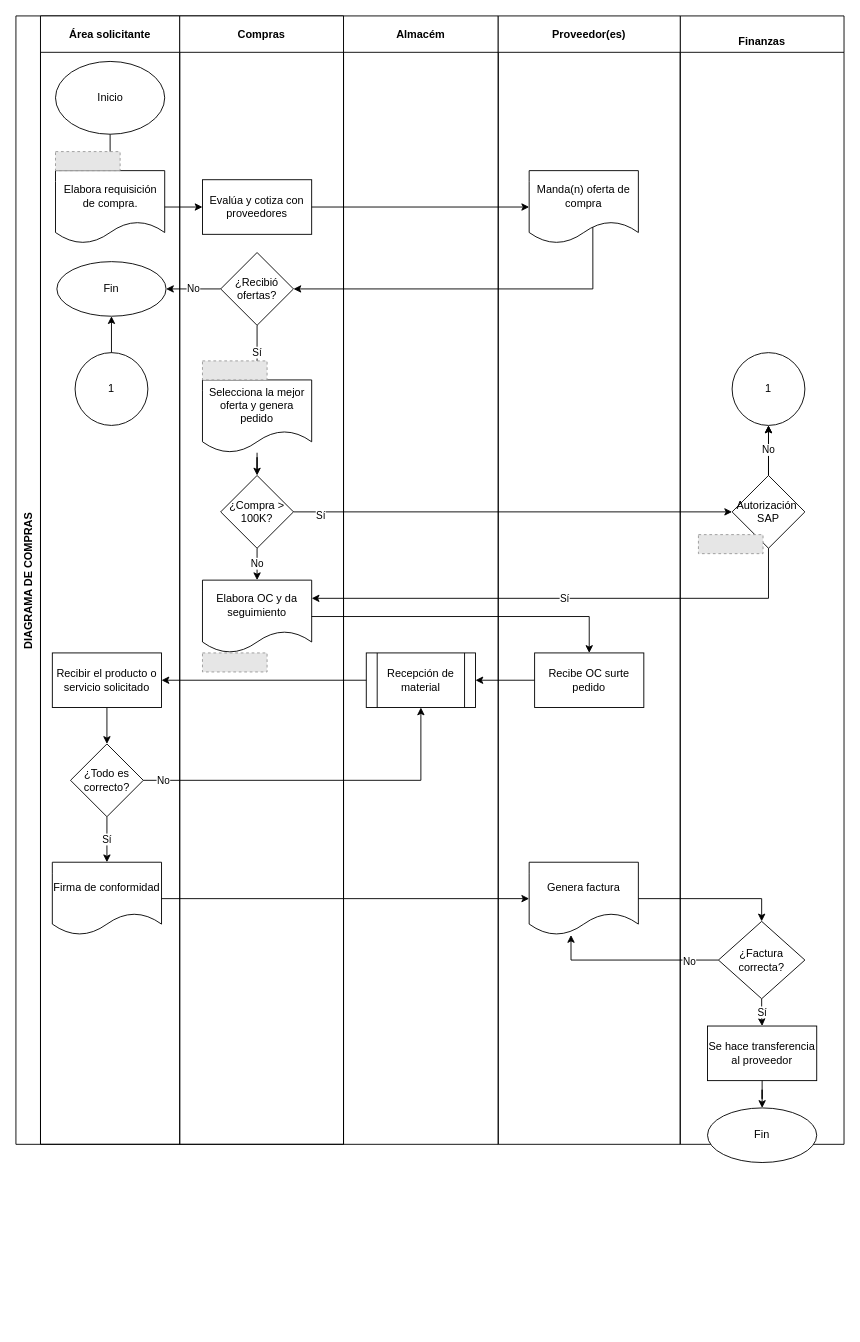
FerAran/Flowchart keeps this draw.io diagram as 172285_ARANDIA_PROCESO COMPRAS (ADAPTADO).drawio. Above is the earlier version. Source tidied: cells renumbered, new cells numbered last; positions are measured from the earlier drawing's top-left corner, leaving out a move shared by most shapes. Both pictures are drawn from the tidied source at 91%, with x=0, y=0 at pixel (15, 15). Pictures stored in the file or linked from it are replaced by grey dashed boxes.
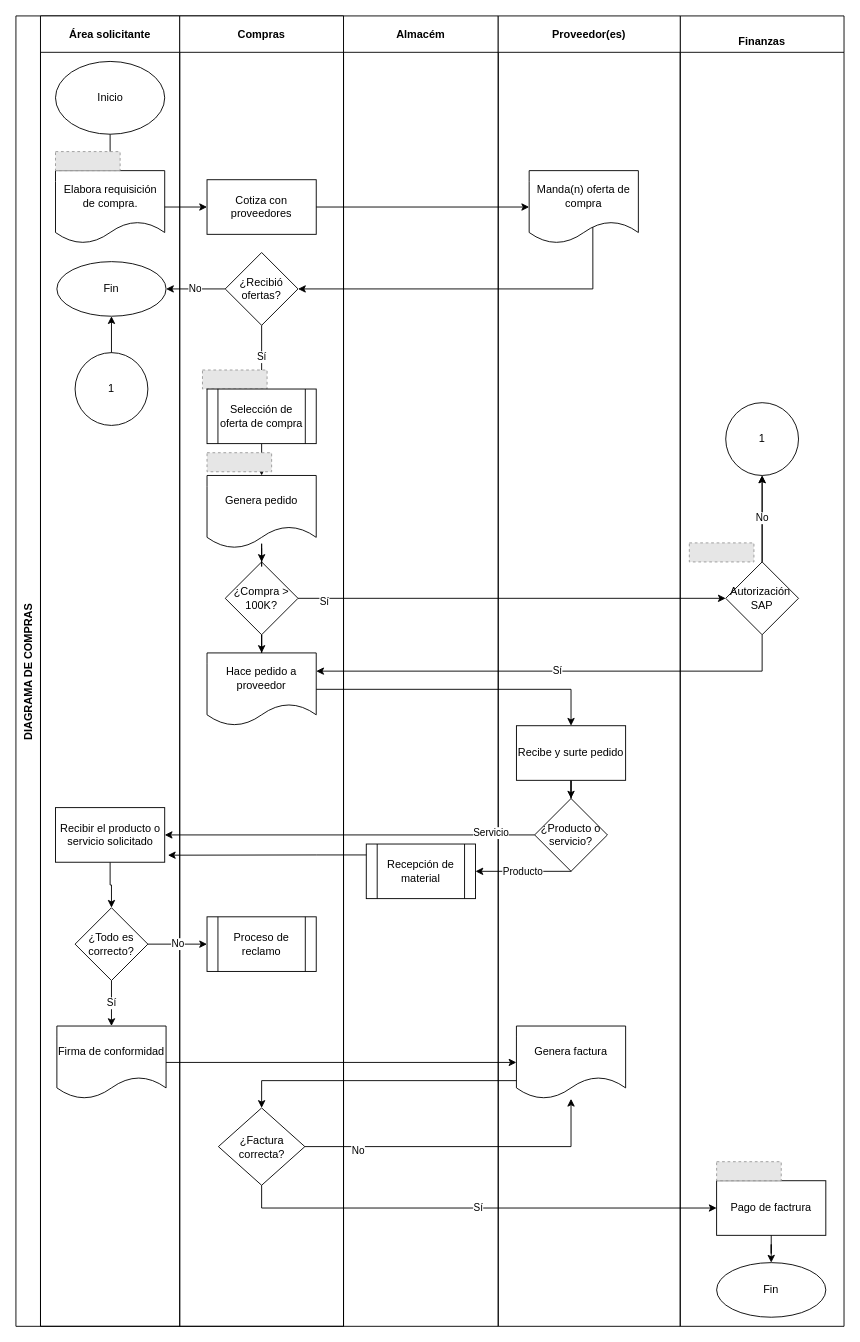
Above is the later version.

The edit, as a diff of the source:
```diff
@@
     <mxCell id="2" value="DIAGRAMA DE COMPRAS" style="swimlane;startSize=27;horizontal=0;" parent="1" vertex="1">
-      <mxGeometry width="360" height="1240" as="geometry" />
+      <mxGeometry width="360" height="1440" as="geometry" />
     </mxCell>
     <mxCell id="3" value="Área solicitante" style="swimlane;startSize=40;" parent="2" vertex="1">
-      <mxGeometry x="27" width="153" height="1240" as="geometry" />
+      <mxGeometry x="27" width="153" height="1440" as="geometry" />
     </mxCell>
@@
     <mxCell id="7" value="Firma de conformidad" style="shape=document;whiteSpace=wrap;html=1;boundedLbl=1;rounded=0;glass=0;fontFamily=Helvetica;fontSize=12;fontColor=default;startSize=40;strokeColor=default;fillColor=default;" parent="3" vertex="1">
-      <mxGeometry x="13" y="930" width="120" height="80" as="geometry" />
+      <mxGeometry x="18" y="1110" width="120" height="80" as="geometry" />
     </mxCell>
@@
     <mxCell id="9" value="Recibir el producto o servicio solicitado" style="whiteSpace=wrap;html=1;rounded=0;glass=0;startSize=40;" parent="3" vertex="1">
-      <mxGeometry x="13" y="700" width="120" height="60" as="geometry" />
+      <mxGeometry x="16.5" y="870" width="120" height="60" as="geometry" />
     </mxCell>
@@
     <mxCell id="12" value="¿Todo es correcto?" style="rhombus;whiteSpace=wrap;html=1;" parent="3" vertex="1">
-      <mxGeometry x="33" y="800" width="80" height="80" as="geometry" />
+      <mxGeometry x="38" y="980" width="80" height="80" as="geometry" />
     </mxCell>
     <mxCell id="13" value="Compras" style="swimlane;startSize=40;" parent="2" vertex="1">
-      <mxGeometry x="180" width="180" height="1240" as="geometry" />
+      <mxGeometry x="180" width="180" height="1440" as="geometry" />
     </mxCell>
-    <mxCell id="14" value="Evalúa y cotiza con proveedores" style="whiteSpace=wrap;html=1;rounded=0;glass=0;startSize=40;" parent="13" vertex="1">
-      <mxGeometry x="25" y="180" width="120" height="60" as="geometry" />
+    <mxCell id="14" value="Cotiza con proveedores" style="whiteSpace=wrap;html=1;rounded=0;glass=0;startSize=40;" parent="13" vertex="1">
+      <mxGeometry x="30" y="180" width="120" height="60" as="geometry" />
     </mxCell>
-    <mxCell id="15" value="Sí" style="edgeStyle=orthogonalEdgeStyle;rounded=0;jettySize=auto;html=1;entryX=0.5;entryY=0;entryDx=0;entryDy=0;" parent="13" edge="1" source="17" target="19">
+    <mxCell id="15" value="Sí" style="edgeStyle=orthogonalEdgeStyle;rounded=0;jettySize=auto;html=1;entryX=0.5;entryY=0;entryDx=0;entryDy=0;" parent="13" edge="1" source="17" target="62">
       <mxGeometry relative="1" as="geometry" />
     </mxCell>
@@
     <mxCell id="17" value="¿Recibió ofertas?" style="rhombus;whiteSpace=wrap;html=1;" parent="13" vertex="1">
-      <mxGeometry x="45" y="260" width="80" height="80" as="geometry" />
+      <mxGeometry x="50" y="260" width="80" height="80" as="geometry" />
     </mxCell>
@@
-    <mxCell id="19" value="Selecciona la mejor oferta y genera pedido" style="shape=document;whiteSpace=wrap;html=1;boundedLbl=1;" parent="13" vertex="1">
-      <mxGeometry x="25" y="400" width="120" height="80" as="geometry" />
-    </mxCell>
-    <mxCell id="20" value="No" style="edgeStyle=orthogonalEdgeStyle;rounded=0;jettySize=auto;html=1;" parent="13" edge="1" source="21" target="24">
-      <mxGeometry relative="1" as="geometry" />
-    </mxCell>
+    <mxCell id="60" style="edgeStyle=orthogonalEdgeStyle;rounded=0;jettySize=auto;html=1;" parent="13" edge="1" source="21" target="64">
+      <mxGeometry relative="1" as="geometry" />
+    </mxCell>
     <mxCell id="21" value="¿Compra &amp;gt; 100K?" style="rhombus;whiteSpace=wrap;html=1;" parent="13" vertex="1">
-      <mxGeometry x="45" y="505" width="80" height="80" as="geometry" />
+      <mxGeometry x="50" y="600" width="80" height="80" as="geometry" />
     </mxCell>
-    <mxCell id="22" style="edgeStyle=orthogonalEdgeStyle;rounded=0;jettySize=auto;html=1;" parent="13" edge="1" source="19" target="21">
-      <mxGeometry relative="1" as="geometry" />
-    </mxCell>
     <mxCell id="23" style="fillColor=#E6E6E6;strokeColor=#999999;dashed=1;verticalLabelPosition=bottom;labelBackgroundColor=default;verticalAlign=top;" parent="13" vertex="1">
-      <mxGeometry x="25" y="379.1" width="71" height="20.9" as="geometry" />
+      <mxGeometry x="25" y="389.1" width="71" height="20.9" as="geometry" />
     </mxCell>
+    <mxCell id="61" style="edgeStyle=orthogonalEdgeStyle;rounded=0;jettySize=auto;html=1;" parent="13" edge="1" source="62" target="24">
+      <mxGeometry relative="1" as="geometry" />
+    </mxCell>
+    <mxCell id="62" value="Selección de oferta de compra" style="shape=process;whiteSpace=wrap;html=1;backgroundOutline=1;" parent="13" vertex="1">
+      <mxGeometry x="30" y="410" width="120" height="60" as="geometry" />
+    </mxCell>
+    <mxCell id="63" style="edgeStyle=orthogonalEdgeStyle;rounded=0;jettySize=auto;html=1;" parent="13" edge="1" source="24" target="21">
+      <mxGeometry relative="1" as="geometry" />
+    </mxCell>
-    <mxCell id="24" value="Elabora OC y da seguimiento" style="shape=document;whiteSpace=wrap;html=1;boundedLbl=1;rounded=0;glass=0;fontFamily=Helvetica;fontSize=12;fontColor=default;startSize=40;strokeColor=default;fillColor=default;" parent="13" vertex="1">
-      <mxGeometry x="25" y="620" width="120" height="80" as="geometry" />
+    <mxCell id="24" value="Genera pedido" style="shape=document;whiteSpace=wrap;html=1;boundedLbl=1;rounded=0;glass=0;fontFamily=Helvetica;fontSize=12;fontColor=default;startSize=40;strokeColor=default;fillColor=default;" parent="13" vertex="1">
+      <mxGeometry x="30" y="505" width="120" height="80" as="geometry" />
     </mxCell>
+    <mxCell id="64" value="Hace pedido a proveedor" style="shape=document;whiteSpace=wrap;html=1;boundedLbl=1;rounded=0;glass=0;fontFamily=Helvetica;fontSize=12;fontColor=default;startSize=40;strokeColor=default;fillColor=default;" parent="13" vertex="1">
+      <mxGeometry x="30" y="700" width="120" height="80" as="geometry" />
+    </mxCell>
     <mxCell id="25" style="fillColor=#E6E6E6;strokeColor=#999999;dashed=1;verticalLabelPosition=bottom;labelBackgroundColor=default;verticalAlign=top;" parent="13" vertex="1">
-      <mxGeometry x="25" y="700" width="71" height="20.9" as="geometry" />
+      <mxGeometry x="30" y="480" width="71" height="20.9" as="geometry" />
     </mxCell>
+    <mxCell id="65" value="Proceso de reclamo" style="shape=process;whiteSpace=wrap;html=1;backgroundOutline=1;" parent="13" vertex="1">
+      <mxGeometry x="30" y="990" width="120" height="60" as="geometry" />
+    </mxCell>
+    <mxCell id="30" value="¿Factura correcta?" style="rhombus;whiteSpace=wrap;html=1;" parent="13" vertex="1">
+      <mxGeometry x="42.5" y="1200" width="95" height="85" as="geometry" />
+    </mxCell>
@@
+    <mxCell id="20" value="No" style="edgeStyle=orthogonalEdgeStyle;rounded=0;jettySize=auto;html=1;" parent="2" edge="1" source="12" target="65">
+      <mxGeometry relative="1" as="geometry" />
+    </mxCell>
     <mxCell id="28" value="&#10;Finanzas" style="swimlane;startSize=40;" parent="1" vertex="1">
-      <mxGeometry x="730" width="180" height="1240" as="geometry" />
+      <mxGeometry x="730" width="180" height="1440" as="geometry" />
     </mxCell>
-    <mxCell id="29" value="Sí" style="edgeStyle=orthogonalEdgeStyle;rounded=0;jettySize=auto;html=1;" parent="28" edge="1" source="30" target="36">
-      <mxGeometry relative="1" as="geometry" />
-    </mxCell>
-    <mxCell id="30" value="¿Factura correcta?" style="rhombus;whiteSpace=wrap;html=1;" parent="28" vertex="1">
-      <mxGeometry x="42" y="995" width="95" height="85" as="geometry" />
-    </mxCell>
@@
     <mxCell id="33" value="Autorización&amp;nbsp;&lt;br&gt;SAP" style="rhombus;whiteSpace=wrap;html=1;" parent="28" vertex="1">
-      <mxGeometry x="57" y="505" width="80" height="80" as="geometry" />
+      <mxGeometry x="50" y="600" width="80" height="80" as="geometry" />
     </mxCell>
     <mxCell id="34" value="1" style="ellipse;whiteSpace=wrap;html=1;" parent="28" vertex="1">
-      <mxGeometry x="57" y="370" width="80" height="80" as="geometry" />
+      <mxGeometry x="50" y="425" width="80" height="80" as="geometry" />
     </mxCell>
     <mxCell id="35" style="fillColor=#E6E6E6;strokeColor=#999999;dashed=1;verticalLabelPosition=bottom;labelBackgroundColor=default;verticalAlign=top;" parent="28" vertex="1">
-      <mxGeometry x="20" y="570" width="71" height="20.9" as="geometry" />
+      <mxGeometry x="10" y="579.1" width="71" height="20.9" as="geometry" />
     </mxCell>
-    <mxCell id="36" value="Se hace transferencia al proveedor" style="whiteSpace=wrap;html=1;rounded=0;glass=0;startSize=40;" parent="28" vertex="1">
-      <mxGeometry x="30" y="1110" width="120" height="60" as="geometry" />
+    <mxCell id="36" value="Pago de factrura" style="whiteSpace=wrap;html=1;rounded=0;glass=0;startSize=40;" parent="28" vertex="1">
+      <mxGeometry x="40" y="1280" width="120" height="60" as="geometry" />
     </mxCell>
-    <mxCell id="37" value="Fin" style="ellipse;whiteSpace=wrap;html=1;rounded=0;glass=0;startSize=40;" parent="28" vertex="1">
-      <mxGeometry x="30" y="1200" width="120" height="60" as="geometry" />
-    </mxCell>
-    <mxCell id="38" style="edgeStyle=orthogonalEdgeStyle;rounded=0;jettySize=auto;html=1;fontFamily=Helvetica;fontSize=12;fontColor=default;startSize=40;" parent="28" edge="1" source="36" target="37">
-      <mxGeometry relative="1" as="geometry" />
-    </mxCell>
+    <mxCell id="66" style="fillColor=#E6E6E6;strokeColor=#999999;dashed=1;verticalLabelPosition=bottom;labelBackgroundColor=default;verticalAlign=top;" parent="28" vertex="1">
+      <mxGeometry x="40" y="1259.1" width="71" height="20.9" as="geometry" />
+    </mxCell>
@@
     <mxCell id="41" value="Almacém" style="swimlane;startSize=40;" parent="1" vertex="1">
-      <mxGeometry x="360" width="170" height="1240" as="geometry" />
+      <mxGeometry x="360" width="170" height="1440" as="geometry" />
     </mxCell>
     <mxCell id="42" value="Recepción de material" style="shape=process;whiteSpace=wrap;html=1;backgroundOutline=1;" parent="41" vertex="1">
-      <mxGeometry x="25" y="700" width="120" height="60" as="geometry" />
+      <mxGeometry x="25" y="910" width="120" height="60" as="geometry" />
     </mxCell>
-    <mxCell id="43" style="edgeStyle=orthogonalEdgeStyle;rounded=0;jettySize=auto;html=1;" parent="1" edge="1" source="49" target="42">
-      <mxGeometry relative="1" as="geometry" />
-    </mxCell>
-    <mxCell id="44" style="edgeStyle=orthogonalEdgeStyle;rounded=0;jettySize=auto;html=1;" parent="1" edge="1" source="42" target="9">
-      <mxGeometry relative="1" as="geometry" />
-    </mxCell>
-    <mxCell id="45" style="edgeStyle=orthogonalEdgeStyle;rounded=0;jettySize=auto;html=1;entryX=0.5;entryY=1;entryDx=0;entryDy=0;" parent="1" edge="1" source="12" target="42">
-      <mxGeometry relative="1" as="geometry" />
-    </mxCell>
-    <mxCell id="46" value="No" style="edgeLabel;html=1;align=center;verticalAlign=middle;" parent="45" vertex="1">
-      <mxGeometry x="-0.89" y="1" relative="1" as="geometry" />
-    </mxCell>
     <mxCell id="47" value="Proveedor(es)" style="swimlane;startSize=40;" parent="1" vertex="1">
-      <mxGeometry x="530" width="200" height="1240" as="geometry" />
+      <mxGeometry x="530" width="200" height="1440" as="geometry" />
     </mxCell>
@@
+    <mxCell id="67" style="edgeStyle=orthogonalEdgeStyle;rounded=0;jettySize=auto;html=1;" parent="47" edge="1" source="49" target="68">
+      <mxGeometry relative="1" as="geometry" />
+    </mxCell>
-    <mxCell id="49" value="Recibe OC surte pedido" style="whiteSpace=wrap;html=1;rounded=0;glass=0;startSize=40;" parent="47" vertex="1">
-      <mxGeometry x="40" y="700" width="120" height="60" as="geometry" />
+    <mxCell id="49" value="Recibe y surte pedido" style="whiteSpace=wrap;html=1;rounded=0;glass=0;startSize=40;" parent="47" vertex="1">
+      <mxGeometry x="20" y="780" width="120" height="60" as="geometry" />
     </mxCell>
+    <mxCell id="68" value="¿Producto o servicio?" style="rhombus;whiteSpace=wrap;html=1;rounded=0;glass=0;startSize=40;" parent="47" vertex="1">
+      <mxGeometry x="40" y="860" width="80" height="80" as="geometry" />
+    </mxCell>
     <mxCell id="50" value="Genera factura" style="shape=document;whiteSpace=wrap;html=1;boundedLbl=1;rounded=0;glass=0;fontFamily=Helvetica;fontSize=12;fontColor=default;startSize=40;strokeColor=default;fillColor=default;" parent="47" vertex="1">
-      <mxGeometry x="34" y="930" width="120" height="80" as="geometry" />
+      <mxGeometry x="20" y="1110" width="120" height="80" as="geometry" />
     </mxCell>
@@
+    <mxCell id="54" style="fillColor=#E6E6E6;strokeColor=#999999;dashed=1;verticalLabelPosition=bottom;labelBackgroundColor=default;verticalAlign=top;" parent="1" vertex="1">
+      <mxGeometry x="43.5" y="149.1" width="71" height="20.9" as="geometry" />
+    </mxCell>
+    <mxCell id="58" value="Sí" style="edgeStyle=orthogonalEdgeStyle;rounded=0;jettySize=auto;html=1;entryX=1;entryY=0.25;entryDx=0;entryDy=0;" parent="1" edge="1" source="33" target="64">
+      <mxGeometry relative="1" as="geometry">
+        <Array as="points">
+          <mxPoint x="820" y="720" />
+        </Array>
+      </mxGeometry>
+    </mxCell>
+    <mxCell id="69" style="edgeStyle=orthogonalEdgeStyle;rounded=0;jettySize=auto;html=1;exitX=1;exitY=0.5;exitDx=0;exitDy=0;entryX=0.5;entryY=0;entryDx=0;entryDy=0;" parent="1" edge="1" source="64" target="49">
+      <mxGeometry relative="1" as="geometry" />
+    </mxCell>
+    <mxCell id="70" style="edgeStyle=orthogonalEdgeStyle;rounded=0;jettySize=auto;html=1;" parent="1" edge="1" source="68" target="9">
+      <mxGeometry relative="1" as="geometry" />
+    </mxCell>
+    <mxCell id="71" value="Servicio" style="edgeLabel;html=1;align=center;verticalAlign=middle;" parent="70" vertex="1">
+      <mxGeometry x="-0.76" y="-3" relative="1" as="geometry" />
+    </mxCell>
+    <mxCell id="72" value="Producto" style="edgeStyle=orthogonalEdgeStyle;rounded=0;jettySize=auto;html=1;entryX=1;entryY=0.5;entryDx=0;entryDy=0;" parent="1" edge="1" source="68" target="42">
+      <mxGeometry relative="1" as="geometry">
+        <Array as="points">
+          <mxPoint x="560" y="940" />
+          <mxPoint x="560" y="940" />
+        </Array>
+      </mxGeometry>
+    </mxCell>
+    <mxCell id="44" style="edgeStyle=orthogonalEdgeStyle;rounded=0;jettySize=auto;html=1;entryX=1.029;entryY=0.871;entryDx=0;entryDy=0;entryPerimeter=0;" parent="1" edge="1" source="42" target="9">
+      <mxGeometry relative="1" as="geometry">
+        <Array as="points">
+          <mxPoint x="330" y="922" />
+          <mxPoint x="330" y="922" />
+        </Array>
+      </mxGeometry>
+    </mxCell>
-    <mxCell id="53" style="edgeStyle=orthogonalEdgeStyle;rounded=0;jettySize=auto;html=1;" parent="1" edge="1" source="7" target="50">
+    <mxCell id="53" style="edgeStyle=orthogonalEdgeStyle;rounded=0;jettySize=auto;html=1;entryX=0;entryY=0.5;entryDx=0;entryDy=0;" parent="1" edge="1" source="7" target="50">
       <mxGeometry relative="1" as="geometry" />
     </mxCell>
-    <mxCell id="54" style="fillColor=#E6E6E6;strokeColor=#999999;dashed=1;verticalLabelPosition=bottom;labelBackgroundColor=default;verticalAlign=top;" parent="1" vertex="1">
-      <mxGeometry x="43.5" y="149.1" width="71" height="20.9" as="geometry" />
-    </mxCell>
+    <mxCell id="29" value="Sí" style="edgeStyle=orthogonalEdgeStyle;rounded=0;jettySize=auto;html=1;exitX=0.5;exitY=1;exitDx=0;exitDy=0;" parent="1" edge="1" source="30" target="36">
+      <mxGeometry relative="1" as="geometry" />
+    </mxCell>
-    <mxCell id="55" style="edgeStyle=orthogonalEdgeStyle;rounded=0;jettySize=auto;html=1;exitX=1;exitY=0.5;exitDx=0;exitDy=0;entryX=0.5;entryY=0;entryDx=0;entryDy=0;" parent="1" edge="1" source="50" target="30">
+    <mxCell id="55" style="edgeStyle=orthogonalEdgeStyle;rounded=0;jettySize=auto;html=1;exitX=0;exitY=0.75;exitDx=0;exitDy=0;" parent="1" edge="1" source="50" target="30">
       <mxGeometry relative="1" as="geometry" />
     </mxCell>
-    <mxCell id="56" style="edgeStyle=orthogonalEdgeStyle;rounded=0;jettySize=auto;html=1;entryX=0.383;entryY=1;entryDx=0;entryDy=0;entryPerimeter=0;" parent="1" edge="1" source="30" target="50">
+    <mxCell id="56" style="edgeStyle=orthogonalEdgeStyle;rounded=0;jettySize=auto;html=1;" parent="1" edge="1" source="30" target="50">
       <mxGeometry relative="1" as="geometry" />
     </mxCell>
-    <mxCell id="57" value="No" style="edgeLabel;html=1;align=center;verticalAlign=middle;" parent="56" vertex="1">
-      <mxGeometry x="-0.65" y="1" relative="1" as="geometry" />
-    </mxCell>
-    <mxCell id="58" value="Sí" style="edgeStyle=orthogonalEdgeStyle;rounded=0;jettySize=auto;html=1;entryX=1;entryY=0.25;entryDx=0;entryDy=0;" parent="1" edge="1" source="33" target="24">
-      <mxGeometry relative="1" as="geometry">
-        <Array as="points">
-          <mxPoint x="827" y="640" />
-        </Array>
-      </mxGeometry>
-    </mxCell>
-    <mxCell id="59" style="edgeStyle=orthogonalEdgeStyle;rounded=0;jettySize=auto;html=1;entryX=0.5;entryY=0;entryDx=0;entryDy=0;" parent="1" edge="1" source="24" target="49">
-      <mxGeometry relative="1" as="geometry" />
-    </mxCell>
+    <mxCell id="73" value="No" style="edgeLabel;html=1;align=center;verticalAlign=middle;" parent="56" vertex="1">
+      <mxGeometry x="-0.67" y="-3" relative="1" as="geometry">
+        <mxPoint x="1" y="1" as="offset" />
+      </mxGeometry>
+    </mxCell>
+    <mxCell id="37" value="Fin" style="ellipse;whiteSpace=wrap;html=1;rounded=0;glass=0;startSize=40;" parent="1" vertex="1">
+      <mxGeometry x="770" y="1370" width="120" height="60" as="geometry" />
+    </mxCell>
+    <mxCell id="38" style="edgeStyle=orthogonalEdgeStyle;rounded=0;jettySize=auto;html=1;fontFamily=Helvetica;fontSize=12;fontColor=default;startSize=40;" parent="1" edge="1" source="36" target="37">
+      <mxGeometry relative="1" as="geometry" />
+    </mxCell>
```
